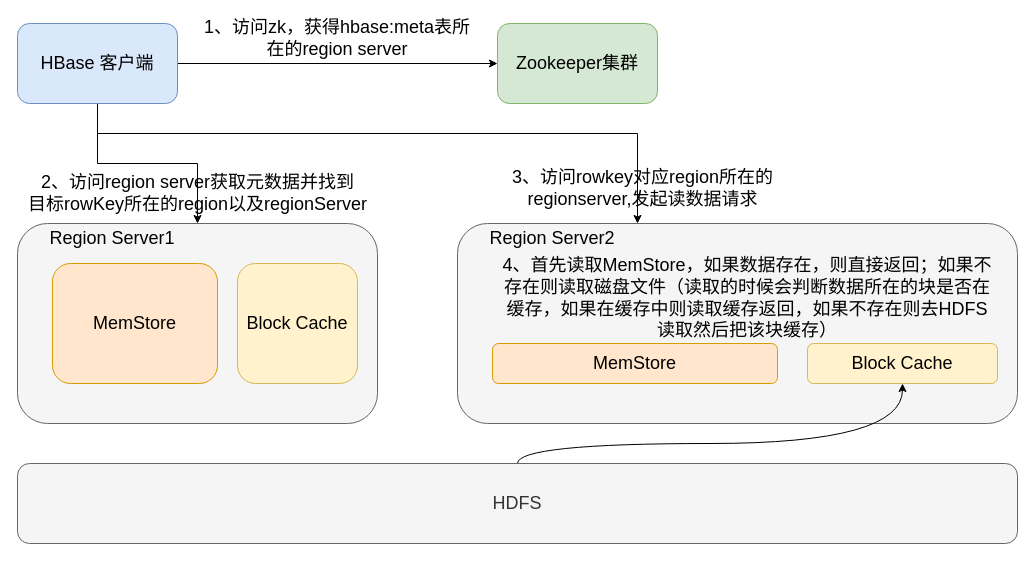
The draw.io diagram page "读数据流程" (5 of 6) of hbase.drawio in 1553010490/drawio_repository, before the edit. Source tidied: cells renumbered, new cells numbered last; positions are measured from the earlier drawing's top-left corner, leaving out a move shared by most shapes. Both pictures are drawn from the tidied source at 100%, with x=0, y=0 at pixel (17, 23).
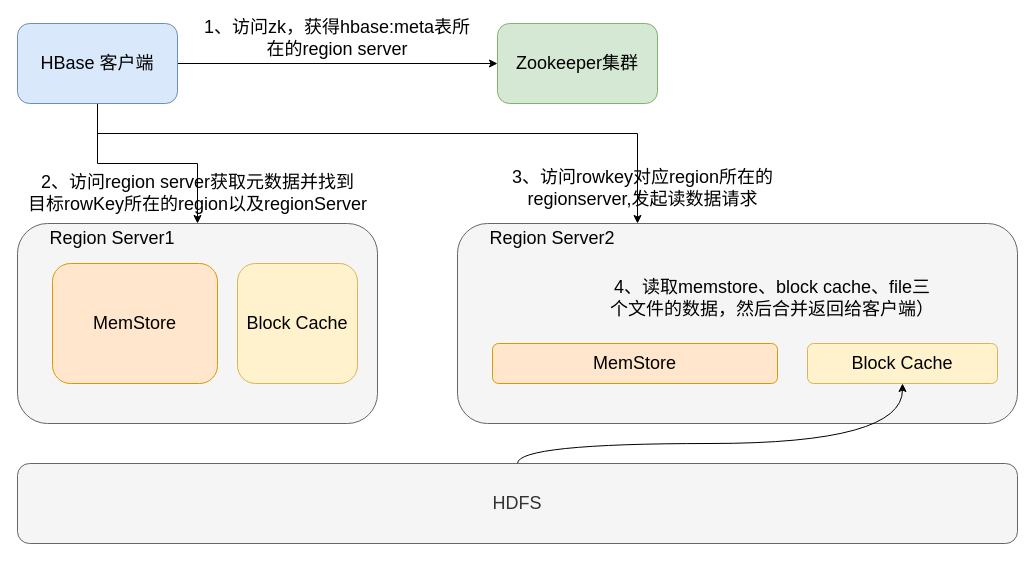
After the change.

Commit message:
hbase读流程更新

The edit, as a diff of the source:
```diff
@@
-    <mxCell id="20" value="&lt;font style=&quot;font-size: 18px;&quot;&gt;4、首先读取MemStore，如果数据存在，则直接返回；如果不存在则读取磁盘文件（读取的时候会判断数据所在的块是否在缓存，如果在缓存中则读取缓存返回，如果不存在则去HDFS读取然后把该块缓存）&lt;/font&gt;" style="text;html=1;strokeColor=none;fillColor=none;align=center;verticalAlign=middle;whiteSpace=wrap;rounded=0;" parent="1" vertex="1">
-      <mxGeometry x="480" y="230" width="500" height="90" as="geometry" />
+    <mxCell id="20" value="&lt;font style=&quot;font-size: 18px;&quot;&gt;4、读取memstore、block cache、file三个文件的数据，然后合并返回给客户端）&lt;/font&gt;" style="text;html=1;strokeColor=none;fillColor=none;align=center;verticalAlign=middle;whiteSpace=wrap;rounded=0;" parent="1" vertex="1">
+      <mxGeometry x="590" y="230" width="330" height="90" as="geometry" />
     </mxCell>
```
